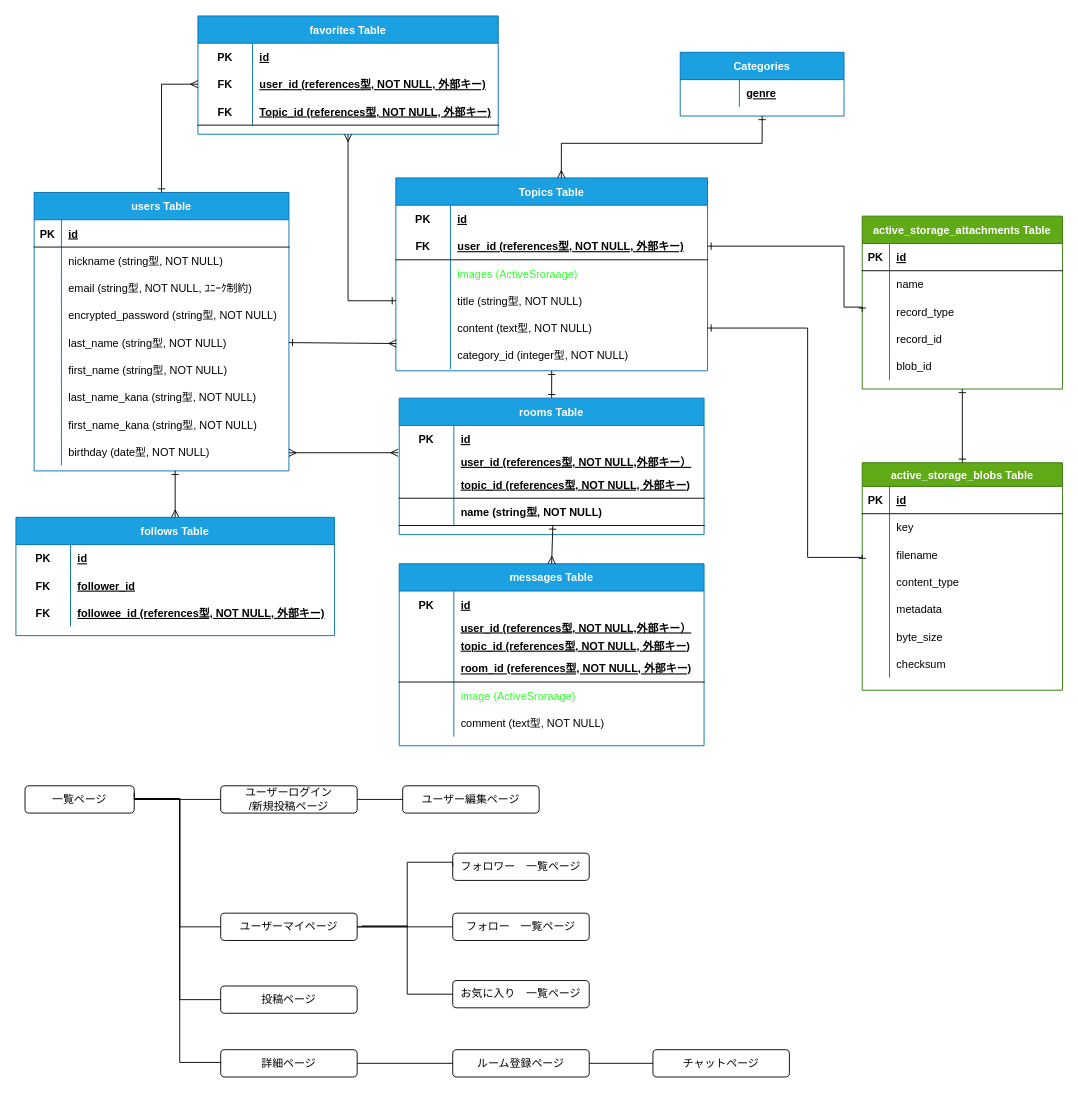
This is nichetalk-ER.dio from kumapachi/nichetalk, a draw.io file, before an edit. Source tidied: cells renumbered, new cells numbered last; positions are measured from the earlier drawing's top-left corner, leaving out a move shared by most shapes. Both pictures are drawn from the tidied source at 91%, with x=0, y=0 at pixel (15, 15).
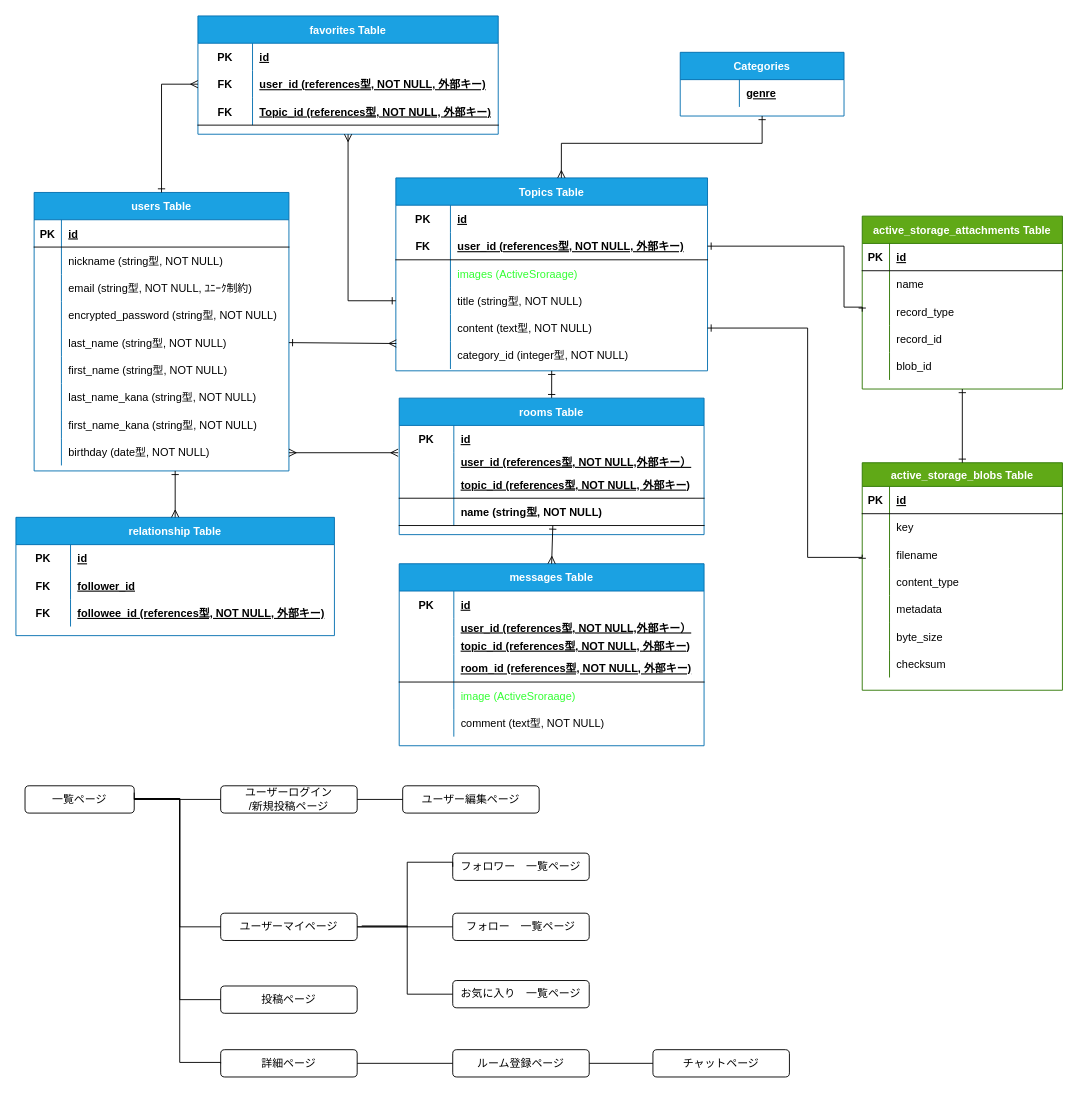
The same page after the edit.

What changed in the source:
```diff
@@
-    <mxCell id="128" value="follows Table" style="shape=table;startSize=30;childLayout=tableLayout;rowLines=0;fontStyle=1;align=center;fillColor=#1ba1e2;fontColor=#ffffff;strokeColor=#006EAF;" parent="1" vertex="1">
+    <mxCell id="128" value="relationship Table" style="shape=table;startSize=30;childLayout=tableLayout;rowLines=0;fontStyle=1;align=center;fillColor=#1ba1e2;fontColor=#ffffff;strokeColor=#006EAF;" parent="1" vertex="1">
       <mxGeometry y="551" width="350" height="130" as="geometry" />
     </mxCell>
```
